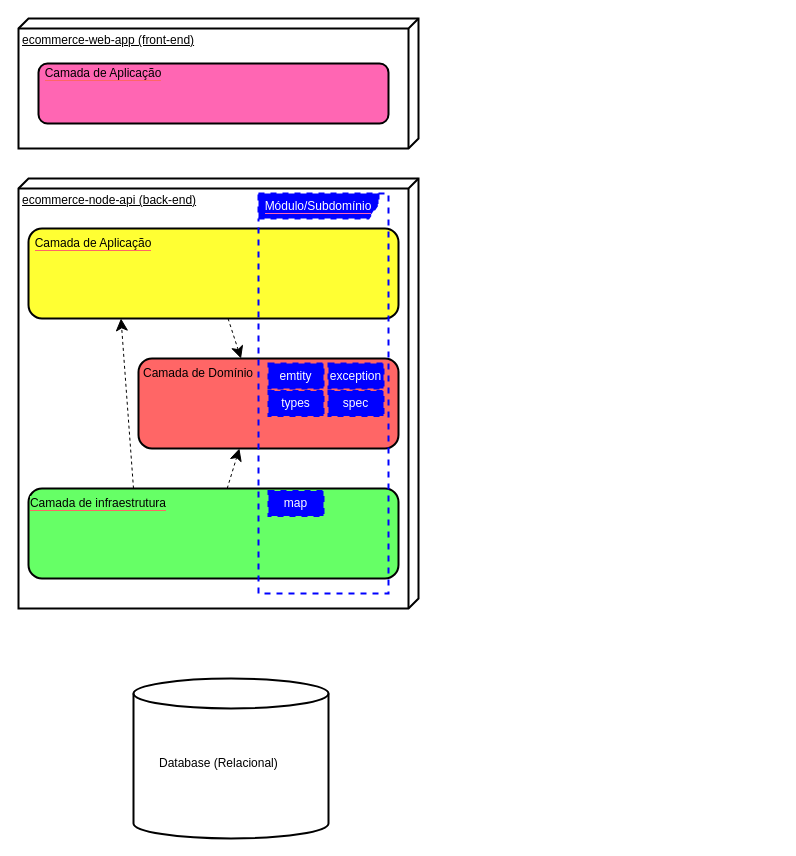
Before: requirements/ecommerce-arquitetura.drawio in RigorbertoCosta/ecommerce-node-api, a draw.io diagram. Source tidied: cells renumbered, new cells numbered last; positions are measured from the earlier drawing's top-left corner, leaving out a move shared by most shapes. Both pictures are drawn from the tidied source at 100%, with x=0, y=0 at pixel (18, 18).
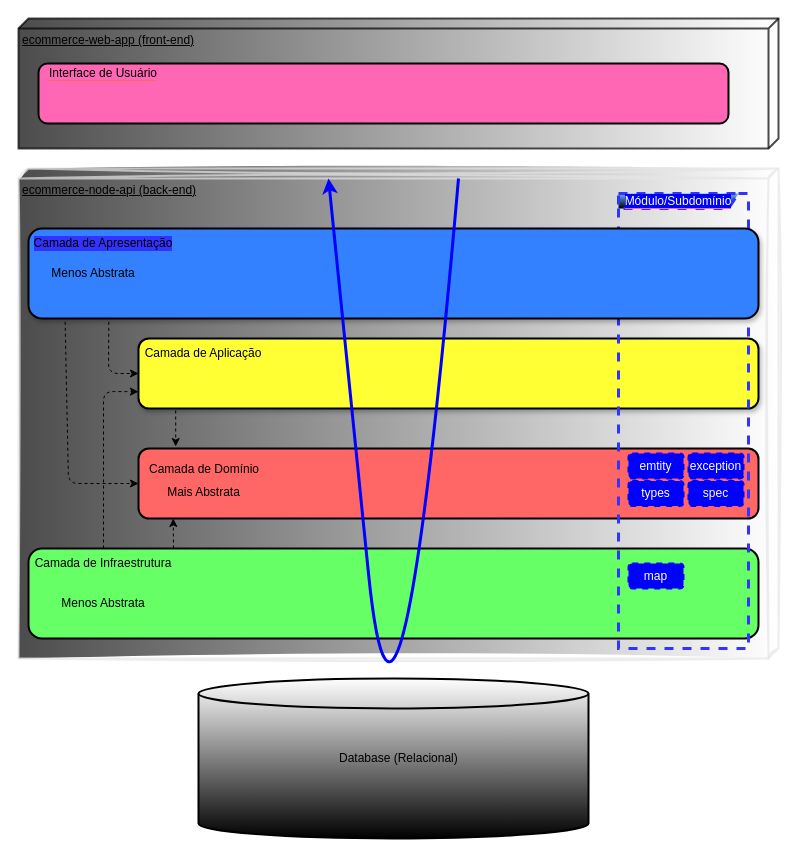
The same diagram, later.

Commit message:
parte-14-arquitetura-em-camadas

Diff of the diagram source:
```diff
@@
-    <mxCell id="2" value="ecommerce-node-api (back-end)" style="verticalAlign=top;align=left;spacingTop=8;spacingLeft=2;spacingRight=12;shape=cube;size=10;direction=south;fontStyle=4;html=1;strokeWidth=2;" parent="1" vertex="1">
-      <mxGeometry y="160" width="400" height="430" as="geometry" />
+    <mxCell id="2" value="ecommerce-node-api (back-end)" style="verticalAlign=top;align=left;spacingTop=8;spacingLeft=2;spacingRight=12;shape=cube;size=10;direction=south;fontStyle=4;html=1;strokeWidth=2;shadow=0;strokeColor=#E6E6E6;gradientColor=default;fillColor=default;sketch=1;curveFitting=1;jiggle=2;opacity=70;" parent="1" vertex="1">
+      <mxGeometry y="150" width="760" height="490" as="geometry" />
     </mxCell>
-    <mxCell id="3" value="ecommerce-web-app (front-end)" style="verticalAlign=top;align=left;spacingTop=8;spacingLeft=2;spacingRight=12;shape=cube;size=10;direction=south;fontStyle=4;html=1;strokeWidth=2;" parent="1" vertex="1">
-      <mxGeometry width="400" height="130" as="geometry" />
+    <mxCell id="3" value="ecommerce-web-app (front-end)" style="verticalAlign=top;align=left;spacingTop=8;spacingLeft=2;spacingRight=12;shape=cube;size=10;direction=south;fontStyle=4;html=1;strokeWidth=2;gradientColor=default;opacity=70;" parent="1" vertex="1">
+      <mxGeometry width="760" height="130" as="geometry" />
     </mxCell>
-    <mxCell id="4" style="shape=cylinder3;whiteSpace=wrap;html=1;boundedLbl=1;backgroundOutline=1;size=15;strokeWidth=2;" parent="1" vertex="1">
-      <mxGeometry x="115" y="660" width="195" height="160" as="geometry" />
+    <mxCell id="4" style="shape=cylinder3;whiteSpace=wrap;html=1;boundedLbl=1;backgroundOutline=1;size=15;strokeWidth=2;gradientColor=default;" parent="1" vertex="1">
+      <mxGeometry x="180" y="660" width="390" height="160" as="geometry" />
     </mxCell>
     <mxCell id="5" value="Database (Relacional)" style="text;strokeColor=none;fillColor=none;align=left;verticalAlign=middle;spacingLeft=4;spacingRight=4;overflow=hidden;whiteSpace=wrap;html=1;strokeWidth=2;" parent="1" vertex="1">
-      <mxGeometry x="135" y="730" width="130" height="30" as="geometry" />
+      <mxGeometry x="315" y="725" width="130" height="30" as="geometry" />
     </mxCell>
-    <mxCell id="6" style="rounded=1;whiteSpace=wrap;html=1;strokeWidth=2;fillColor=#FF6666;" parent="1" vertex="1">
-      <mxGeometry x="120" y="340" width="260" height="90" as="geometry" />
+    <mxCell id="6" style="rounded=1;whiteSpace=wrap;html=1;strokeWidth=2;fillColor=#FF6666;glass=0;shadow=0;gradientColor=none;points=[[0,0,0,0,0],[0,0.24,0,0,0],[0,0.5,0,0,0],[0,0.76,0,0,0],[0,1,0,0,0],[0.06,0,0,0,-2],[0.07,1,0,0,2],[0.5,0,0,0,0],[0.5,1,0,0,0],[0.75,0,0,0,0],[0.75,1,0,0,0],[1,0,0,0,0],[1,0.26,0,0,0],[1,0.5,0,0,0],[1,0.76,0,0,0],[1,1,0,0,0]];" parent="1" vertex="1">
+      <mxGeometry x="120" y="430" width="620" height="70" as="geometry" />
     </mxCell>
     <mxCell id="7" value="&lt;font style=&quot;background-color: rgb(255, 102, 102);&quot; color=&quot;#000000&quot;&gt;Camada de Domínio&lt;/font&gt;" style="text;html=1;strokeColor=none;fillColor=none;align=center;verticalAlign=middle;whiteSpace=wrap;rounded=0;strokeWidth=2;" parent="1" vertex="1">
-      <mxGeometry x="95" y="340" width="170" height="30" as="geometry" />
+      <mxGeometry x="101" y="436" width="170" height="30" as="geometry" />
     </mxCell>
-    <mxCell id="8" style="edgeStyle=none;html=1;entryX=0.75;entryY=0;entryDx=0;entryDy=0;fontColor=#000000;dashed=1;endArrow=classic;endFill=1;endSize=10;startSize=10;" parent="1" edge="1" source="9" target="7">
-      <mxGeometry relative="1" as="geometry" />
-    </mxCell>
+    <mxCell id="23" style="edgeStyle=none;html=1;exitX=0.06;exitY=1;exitDx=0;exitDy=2;exitPerimeter=0;entryX=0.06;entryY=0;entryDx=0;entryDy=-2;entryPerimeter=0;dashed=1;strokeColor=#000000;fontColor=default;" parent="1" edge="1" source="9" target="6">
+      <mxGeometry relative="1" as="geometry" />
+    </mxCell>
-    <mxCell id="9" style="rounded=1;whiteSpace=wrap;html=1;strokeWidth=2;fillColor=#FFFF33;" parent="1" vertex="1">
-      <mxGeometry x="10" y="210" width="370" height="90" as="geometry" />
+    <mxCell id="9" style="rounded=1;whiteSpace=wrap;html=1;strokeWidth=2;fillColor=#FFFF33;gradientColor=none;glass=0;shadow=1;fontColor=default;points=[[0,0,0,0,0],[0,0.24,0,0,0],[0,0.5,0,0,0],[0,0.76,0,0,0],[0,1,0,0,0],[0.06,1,0,0,2],[0.25,0,0,0,0],[0.5,0,0,0,0],[0.5,1,0,0,0],[0.75,0,0,0,0],[0.75,1,0,0,0],[1,0,0,0,0],[1,0.26,0,0,0],[1,0.5,0,0,0],[1,0.76,0,0,0],[1,1,0,0,0]];" parent="1" vertex="1">
+      <mxGeometry x="120" y="320" width="620" height="70" as="geometry" />
     </mxCell>
-    <mxCell id="10" style="edgeStyle=none;html=1;entryX=0.388;entryY=1;entryDx=0;entryDy=0;dashed=1;fontColor=#000000;endArrow=classic;endFill=1;endSize=10;startSize=10;entryPerimeter=0;" parent="1" edge="1" source="11" target="6">
-      <mxGeometry relative="1" as="geometry" />
-    </mxCell>
-    <mxCell id="11" style="rounded=1;whiteSpace=wrap;html=1;strokeWidth=2;fillColor=#66FF66;" parent="1" vertex="1">
-      <mxGeometry x="10" y="470" width="370" height="90" as="geometry" />
+    <mxCell id="11" style="rounded=1;whiteSpace=wrap;html=1;strokeWidth=2;fillColor=#66FF66;glass=0;points=[[0,0,0,0,0],[0,0.26,0,0,0],[0,0.5,0,0,0],[0,0.74,0,0,0],[0,1,0,0,0],[0.1,0,0,0,-2],[0.25,1,0,0,0],[0.5,0,0,0,0],[0.5,1,0,0,0],[0.75,0,0,0,0],[0.75,1,0,0,0],[1,0,0,0,0],[1,0.26,0,0,0],[1,0.5,0,0,0],[1,0.76,0,0,0],[1,1,0,0,0]];" parent="1" vertex="1">
+      <mxGeometry x="10" y="530" width="730" height="90" as="geometry" />
     </mxCell>
-    <mxCell id="12" value="&lt;span style=&quot;background-color: rgb(255, 255, 51);&quot;&gt;Camada de Aplicação&lt;/span&gt;" style="text;html=1;strokeColor=none;fillColor=none;align=center;verticalAlign=middle;whiteSpace=wrap;rounded=0;labelBackgroundColor=#FF6666;strokeWidth=2;fontColor=#000000;" parent="1" vertex="1">
-      <mxGeometry x="10" y="210" width="130" height="30" as="geometry" />
+    <mxCell id="12" value="&lt;span style=&quot;&quot;&gt;Camada de Aplicação&lt;/span&gt;" style="text;html=1;strokeColor=none;fillColor=none;align=center;verticalAlign=middle;whiteSpace=wrap;rounded=0;labelBackgroundColor=#FFFF33;strokeWidth=2;fontColor=#000000;" parent="1" vertex="1">
+      <mxGeometry x="120" y="320" width="130" height="30" as="geometry" />
     </mxCell>
-    <mxCell id="13" style="edgeStyle=none;html=1;exitX=0.75;exitY=0;exitDx=0;exitDy=0;entryX=0.25;entryY=1;entryDx=0;entryDy=0;dashed=1;fontColor=#000000;endArrow=classic;endFill=1;startSize=10;endSize=10;" parent="1" edge="1" source="14" target="9">
-      <mxGeometry relative="1" as="geometry" />
+    <mxCell id="13" style="edgeStyle=none;html=1;exitX=0.5;exitY=0;exitDx=0;exitDy=0;entryX=0;entryY=0.76;entryDx=0;entryDy=0;entryPerimeter=0;dashed=1;strokeColor=#000000;fontColor=default;" parent="1" edge="1" source="14" target="9">
+      <mxGeometry relative="1" as="geometry">
+        <Array as="points">
+          <mxPoint x="85" y="373" />
+        </Array>
+      </mxGeometry>
     </mxCell>
+    <mxCell id="24" style="edgeStyle=none;html=1;exitX=1;exitY=0;exitDx=0;exitDy=0;entryX=0.056;entryY=1;entryDx=0;entryDy=0;entryPerimeter=0;dashed=1;strokeColor=#000000;fontColor=default;" parent="1" edge="1" source="14" target="6">
+      <mxGeometry relative="1" as="geometry" />
+    </mxCell>
-    <mxCell id="14" value="&lt;span style=&quot;background-color: rgb(102, 255, 102);&quot;&gt;Camada de infraestrutura&lt;/span&gt;" style="text;html=1;strokeColor=none;fillColor=none;align=center;verticalAlign=middle;whiteSpace=wrap;rounded=0;labelBackgroundColor=#FF6666;strokeWidth=2;fontColor=#000000;" parent="1" vertex="1">
-      <mxGeometry x="10" y="470" width="140" height="30" as="geometry" />
+    <mxCell id="14" value="&lt;span style=&quot;&quot;&gt;Camada de Infraestrutura&lt;/span&gt;" style="text;html=1;strokeColor=none;fillColor=none;align=center;verticalAlign=middle;whiteSpace=wrap;rounded=0;labelBackgroundColor=#66FF66;strokeWidth=2;fontColor=#000000;" parent="1" vertex="1">
+      <mxGeometry x="15" y="530" width="140" height="30" as="geometry" />
     </mxCell>
-    <mxCell id="15" style="rounded=1;whiteSpace=wrap;html=1;strokeWidth=2;fillColor=#FF66B3;gradientColor=none;" parent="1" vertex="1">
-      <mxGeometry x="20" y="45" width="350" height="60" as="geometry" />
+    <mxCell id="15" style="rounded=1;whiteSpace=wrap;html=1;strokeWidth=2;fillColor=#FF66B3;gradientColor=none;glass=0;" parent="1" vertex="1">
+      <mxGeometry x="20" y="45" width="690" height="60" as="geometry" />
     </mxCell>
-    <mxCell id="16" value="&lt;span style=&quot;background-color: rgb(255, 102, 179);&quot;&gt;Camada de Aplicação&lt;/span&gt;" style="text;html=1;strokeColor=none;fillColor=none;align=center;verticalAlign=middle;whiteSpace=wrap;rounded=0;labelBackgroundColor=#FF6666;strokeWidth=2;fontColor=#000000;" parent="1" vertex="1">
+    <mxCell id="16" value="&lt;span style=&quot;background-color: rgb(255, 102, 179);&quot;&gt;Interface de Usuário&lt;/span&gt;" style="text;html=1;strokeColor=none;fillColor=none;align=center;verticalAlign=middle;whiteSpace=wrap;rounded=0;labelBackgroundColor=#FF6666;strokeWidth=2;fontColor=#000000;" parent="1" vertex="1">
       <mxGeometry x="25" y="50" width="120" height="10" as="geometry" />
     </mxCell>
-    <mxCell id="17" value="&lt;span style=&quot;background-color: rgb(0, 0, 255);&quot;&gt;&lt;font color=&quot;#ffffff&quot;&gt;Módulo/Subdomínio&lt;/font&gt;&lt;/span&gt;" style="shape=umlFrame;whiteSpace=wrap;html=1;labelBackgroundColor=#FF66B3;strokeWidth=2;fontColor=#000000;fillColor=#0000FF;gradientColor=none;swimlaneFillColor=none;dashed=1;strokeColor=#0000FF;width=120;height=25;" parent="1" vertex="1">
-      <mxGeometry x="240" y="175" width="130" height="400" as="geometry" />
+    <mxCell id="17" value="&lt;span style=&quot;background-color: rgb(0, 0, 255);&quot;&gt;&lt;font color=&quot;#ffffff&quot;&gt;Módulo/Subdomínio&lt;/font&gt;&lt;/span&gt;" style="shape=umlFrame;whiteSpace=wrap;html=1;labelBackgroundColor=#FF66B3;strokeWidth=3;fontColor=#000000;fillColor=#66B2FF;gradientColor=default;swimlaneFillColor=none;strokeColor=#3333FF;width=120;height=15;shadow=0;dashed=1;" parent="1" vertex="1">
+      <mxGeometry x="600" y="175" width="130" height="455" as="geometry" />
     </mxCell>
-    <mxCell id="18" value="emtity&lt;br&gt;" style="rounded=0;whiteSpace=wrap;html=1;dashed=1;labelBackgroundColor=#0000FF;strokeColor=#0000FF;strokeWidth=2;fontColor=#FFFFFF;fillColor=#0000FF;gradientColor=none;" parent="1" vertex="1">
-      <mxGeometry x="250" y="345" width="55" height="25" as="geometry" />
+    <mxCell id="18" value="emtity&lt;br&gt;" style="rounded=1;whiteSpace=wrap;html=1;dashed=1;labelBackgroundColor=#0000FF;strokeColor=#0000FF;strokeWidth=2;fontColor=#FFFFFF;fillColor=#0000FF;gradientColor=none;glass=0;" parent="1" vertex="1">
+      <mxGeometry x="610" y="435" width="55" height="25" as="geometry" />
     </mxCell>
-    <mxCell id="19" value="types" style="rounded=0;whiteSpace=wrap;html=1;dashed=1;labelBackgroundColor=#0000FF;strokeColor=#0000FF;strokeWidth=2;fontColor=#FFFFFF;fillColor=#0000FF;gradientColor=none;" parent="1" vertex="1">
-      <mxGeometry x="250" y="372.5" width="55" height="25" as="geometry" />
+    <mxCell id="19" value="types" style="rounded=1;whiteSpace=wrap;html=1;dashed=1;labelBackgroundColor=#0000FF;strokeColor=#0000FF;strokeWidth=2;fontColor=#FFFFFF;fillColor=#0000FF;gradientColor=none;" parent="1" vertex="1">
+      <mxGeometry x="610" y="462.5" width="55" height="25" as="geometry" />
     </mxCell>
-    <mxCell id="20" value="exception" style="rounded=0;whiteSpace=wrap;html=1;dashed=1;labelBackgroundColor=#0000FF;strokeColor=#0000FF;strokeWidth=2;fontColor=#FFFFFF;fillColor=#0000FF;gradientColor=none;" parent="1" vertex="1">
-      <mxGeometry x="310" y="345" width="55" height="25" as="geometry" />
+    <mxCell id="20" value="exception" style="rounded=1;whiteSpace=wrap;html=1;dashed=1;labelBackgroundColor=#0000FF;strokeColor=#0000FF;strokeWidth=2;fontColor=#FFFFFF;fillColor=#0000FF;gradientColor=none;" parent="1" vertex="1">
+      <mxGeometry x="670" y="435" width="55" height="25" as="geometry" />
     </mxCell>
-    <mxCell id="21" value="spec" style="rounded=0;whiteSpace=wrap;html=1;dashed=1;labelBackgroundColor=#0000FF;strokeColor=#0000FF;strokeWidth=2;fontColor=#FFFFFF;fillColor=#0000FF;gradientColor=none;" parent="1" vertex="1">
-      <mxGeometry x="310" y="372.5" width="55" height="25" as="geometry" />
+    <mxCell id="21" value="spec" style="rounded=1;whiteSpace=wrap;html=1;dashed=1;labelBackgroundColor=#0000FF;strokeColor=#0000FF;strokeWidth=2;fontColor=#FFFFFF;fillColor=#0000FF;gradientColor=none;" parent="1" vertex="1">
+      <mxGeometry x="670" y="462.5" width="55" height="25" as="geometry" />
     </mxCell>
-    <mxCell id="22" value="map" style="rounded=0;whiteSpace=wrap;html=1;dashed=1;labelBackgroundColor=#0000FF;strokeColor=#0000FF;strokeWidth=2;fontColor=#FFFFFF;fillColor=#0000FF;gradientColor=none;" parent="1" vertex="1">
-      <mxGeometry x="250" y="472.5" width="55" height="25" as="geometry" />
+    <mxCell id="22" value="map" style="rounded=1;whiteSpace=wrap;html=1;dashed=1;labelBackgroundColor=#0000FF;strokeColor=#0000FF;strokeWidth=2;fontColor=#FFFFFF;fillColor=#0000FF;gradientColor=none;" parent="1" vertex="1">
+      <mxGeometry x="610" y="545" width="55" height="25" as="geometry" />
     </mxCell>
+    <mxCell id="25" style="edgeStyle=none;html=1;exitX=0.11;exitY=0.97;exitDx=0;exitDy=0;exitPerimeter=0;entryX=0;entryY=0.5;entryDx=0;entryDy=0;fontColor=default;dashed=1;strokeColor=#000000;" parent="1" edge="1" source="27" target="9">
+      <mxGeometry relative="1" as="geometry">
+        <Array as="points">
+          <mxPoint x="90" y="355" />
+        </Array>
+      </mxGeometry>
+    </mxCell>
+    <mxCell id="26" style="edgeStyle=none;html=1;exitX=0.05;exitY=0.97;exitDx=0;exitDy=0;exitPerimeter=0;entryX=0;entryY=0.5;entryDx=0;entryDy=0;dashed=1;strokeColor=#000000;fontColor=default;" parent="1" edge="1" source="27" target="6">
+      <mxGeometry relative="1" as="geometry">
+        <Array as="points">
+          <mxPoint x="50" y="465" />
+        </Array>
+      </mxGeometry>
+    </mxCell>
+    <mxCell id="27" style="rounded=1;whiteSpace=wrap;html=1;strokeWidth=2;fillColor=#3381ff;gradientColor=none;glass=0;shadow=1;points=[[0,0,0,0,0],[0,0.26,0,0,0],[0,0.5,0,0,0],[0,0.74,0,0,0],[0,1,0,0,0],[0.05,0.97,0,0,0],[0.11,0.97,0,0,0],[0.25,0,0,0,0],[0.5,0,0,0,0],[0.75,0,0,0,0],[0.75,1,0,0,0],[1,0,0,0,0],[1,0.26,0,0,0],[1,0.5,0,0,0],[1,0.76,0,0,0],[1,1,0,0,0]];" parent="1" vertex="1">
+      <mxGeometry x="10" y="210" width="730" height="90" as="geometry" />
+    </mxCell>
+    <mxCell id="28" value="&lt;span style=&quot;&quot;&gt;Camada de Apresentação&lt;/span&gt;" style="text;html=1;align=center;verticalAlign=middle;whiteSpace=wrap;rounded=0;labelBackgroundColor=#3333FF;strokeWidth=2;fillColor=none;strokeColor=none;fontColor=#000000;" parent="1" vertex="1">
+      <mxGeometry x="10" y="210" width="150" height="30" as="geometry" />
+    </mxCell>
+    <mxCell id="29" value="Mais Abstrata" style="text;html=1;align=center;verticalAlign=middle;whiteSpace=wrap;rounded=0;shadow=0;glass=0;dashed=1;labelBackgroundColor=none;strokeWidth=3;opacity=70;fontColor=#000000;labelBorderColor=none;" parent="1" vertex="1">
+      <mxGeometry x="148" y="459" width="75" height="30" as="geometry" />
+    </mxCell>
+    <mxCell id="30" value="Menos Abstrata" style="text;html=1;align=center;verticalAlign=middle;whiteSpace=wrap;rounded=0;shadow=0;glass=0;dashed=1;labelBackgroundColor=none;strokeWidth=3;opacity=70;fontColor=#000000;labelBorderColor=none;" parent="1" vertex="1">
+      <mxGeometry x="35" y="570" width="100" height="30" as="geometry" />
+    </mxCell>
+    <mxCell id="31" value="Menos Abstrata" style="text;html=1;align=center;verticalAlign=middle;whiteSpace=wrap;rounded=0;shadow=0;glass=0;dashed=1;labelBackgroundColor=none;strokeWidth=3;opacity=70;fontColor=#000000;labelBorderColor=none;" parent="1" vertex="1">
+      <mxGeometry x="25" y="240" width="100" height="30" as="geometry" />
+    </mxCell>
+    <mxCell id="32" style="curved=1;endArrow=classic;html=1;strokeColor=#0000FF;fontColor=default;strokeWidth=3;" parent="1" edge="1">
+      <mxGeometry relative="1" as="geometry">
+        <mxPoint x="440" y="160" as="sourcePoint" />
+        <mxPoint x="310" y="160" as="targetPoint" />
+        <Array as="points">
+          <mxPoint x="380" y="850" />
+          <mxPoint x="320" y="260" />
+        </Array>
+      </mxGeometry>
+    </mxCell>
```
